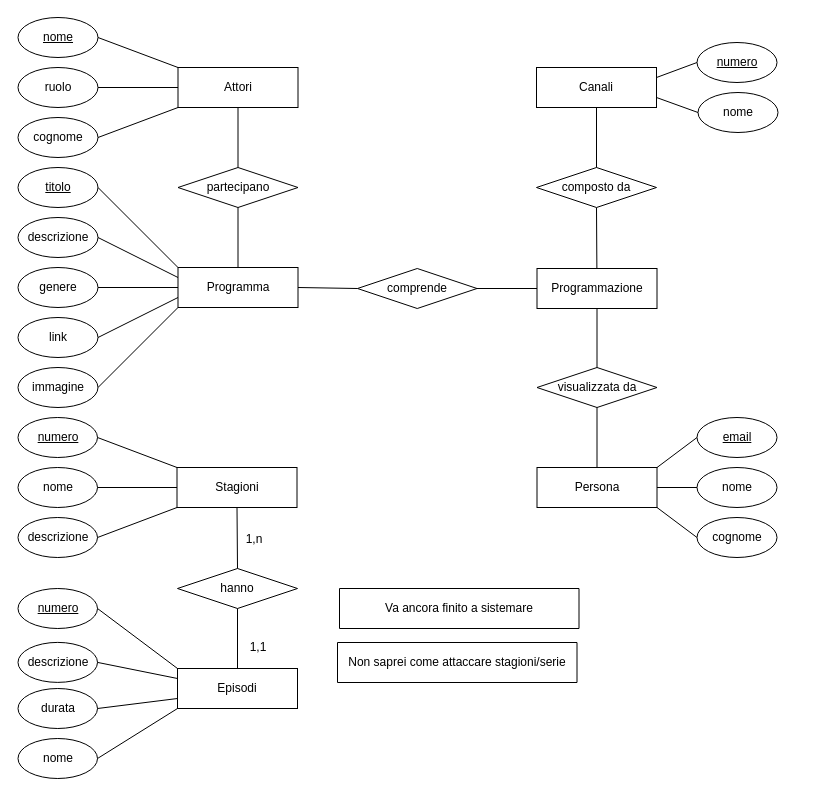
Above: Diagramma ER.drawio in Timat-Piderma/progetto-DB (draw.io), before the change. Source tidied: cells renumbered, new cells numbered last; positions are measured from the earlier drawing's top-left corner, leaving out a move shared by most shapes. Both pictures are drawn from the tidied source at 100%, with x=0, y=0 at pixel (17, 17).
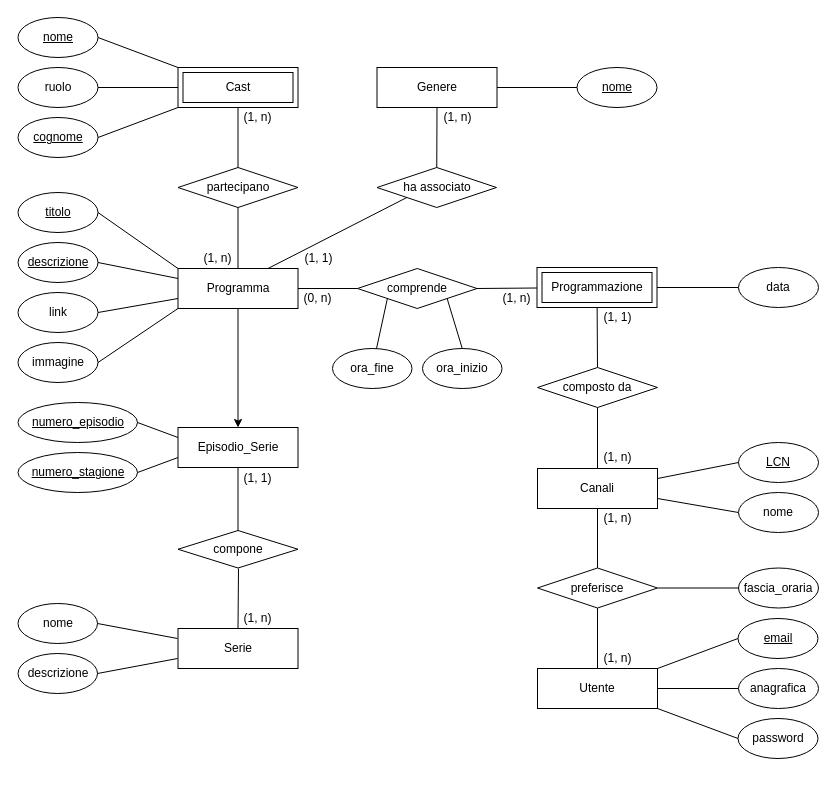
Above is the later version.

The change refers to these unchanged cells:
```xml
<mxCell id="6" value="comprende" style="shape=rhombus;perimeter=rhombusPerimeter;whiteSpace=wrap;html=1;align=center;" parent="1" vertex="1">
  <mxGeometry x="340" y="251" width="119.5" height="40" as="geometry" />
</mxCell>
```

Diff of the diagram source:
```diff
@@
-    <mxCell id="2" style="endArrow=none;html=1;rounded=0;entryX=0.5;entryY=1;entryDx=0;entryDy=0;" parent="1" edge="1" source="63" target="4">
+    <mxCell id="2" style="endArrow=none;html=1;rounded=0;entryX=0.5;entryY=0;entryDx=0;entryDy=0;" parent="1" edge="1" source="63" target="4">
       <mxGeometry relative="1" as="geometry" />
     </mxCell>
     <mxCell id="3" value="Canali" style="rounded=0;whiteSpace=wrap;html=1;" parent="1" vertex="1">
-      <mxGeometry x="519" y="50" width="120" height="40" as="geometry" />
+      <mxGeometry x="520" y="451" width="120" height="40" as="geometry" />
     </mxCell>
     <mxCell id="4" value="composto da" style="shape=rhombus;perimeter=rhombusPerimeter;whiteSpace=wrap;html=1;align=center;" parent="1" vertex="1">
-      <mxGeometry x="519" y="150" width="120" height="40" as="geometry" />
+      <mxGeometry x="520" y="350" width="120" height="40" as="geometry" />
     </mxCell>
+    <mxCell id="69" style="edgeStyle=orthogonalEdgeStyle;rounded=0;jettySize=auto;html=1;strokeColor=#FFFFFF;" parent="1" edge="1" source="5" target="71">
+      <mxGeometry relative="1" as="geometry" />
+    </mxCell>
+    <mxCell id="70" style="edgeStyle=orthogonalEdgeStyle;rounded=0;jettySize=auto;html=1;strokeColor=#000000;entryX=0.5;entryY=0;entryDx=0;entryDy=0;" parent="1" edge="1" source="5" target="71">
+      <mxGeometry relative="1" as="geometry" />
+    </mxCell>
     <mxCell id="5" value="Programma" style="rounded=0;whiteSpace=wrap;html=1;" parent="1" vertex="1">
-      <mxGeometry x="160.5" y="250" width="120" height="40" as="geometry" />
+      <mxGeometry x="160.5" y="251" width="120" height="40" as="geometry" />
     </mxCell>
@@
-    <mxCell id="7" value="Episodi" style="whiteSpace=wrap;html=1;align=center;" parent="1" vertex="1">
-      <mxGeometry x="160" y="651" width="120" height="40" as="geometry" />
-    </mxCell>
-    <mxCell id="8" value="hanno" style="shape=rhombus;perimeter=rhombusPerimeter;whiteSpace=wrap;html=1;align=center;" parent="1" vertex="1">
-      <mxGeometry x="160" y="551" width="120" height="40" as="geometry" />
-    </mxCell>
-    <mxCell id="9" style="endArrow=none;html=1;rounded=0;entryX=0.5;entryY=0;entryDx=0;entryDy=0;" parent="1" edge="1" source="8" target="7">
-      <mxGeometry relative="1" as="geometry" />
-    </mxCell>
-    <mxCell id="10" style="endArrow=none;html=1;rounded=0;entryX=0.5;entryY=0;entryDx=0;entryDy=0;exitX=0.5;exitY=1;exitDx=0;exitDy=0;" parent="1" edge="1" source="47" target="8">
-      <mxGeometry relative="1" as="geometry" />
-    </mxCell>
-    <mxCell id="11" value="Attori" style="whiteSpace=wrap;html=1;align=center;" parent="1" vertex="1">
+    <mxCell id="11" value="Cast" style="shape=ext;margin=3;double=1;whiteSpace=wrap;html=1;align=center;fontFamily=Helvetica;fontSize=12;fontColor=default;strokeColor=default;fillColor=default;" parent="1" vertex="1">
       <mxGeometry x="160.5" y="50" width="120" height="40" as="geometry" />
     </mxCell>
@@
-    <mxCell id="15" value="1,n" style="text;html=1;strokeColor=none;fillColor=none;align=center;verticalAlign=middle;whiteSpace=wrap;rounded=0;" parent="1" vertex="1">
-      <mxGeometry x="221.5" y="517" width="30" height="10" as="geometry" />
-    </mxCell>
-    <mxCell id="16" value="1,1" style="text;html=1;strokeColor=none;fillColor=none;align=center;verticalAlign=middle;whiteSpace=wrap;rounded=0;" parent="1" vertex="1">
-      <mxGeometry x="225.5" y="624.9" width="30" height="10" as="geometry" />
-    </mxCell>
@@
-    <mxCell id="18" value="Persona" style="whiteSpace=wrap;html=1;align=center;" parent="1" vertex="1">
-      <mxGeometry x="519.5" y="450" width="120" height="40" as="geometry" />
+    <mxCell id="18" value="Utente" style="whiteSpace=wrap;html=1;align=center;" parent="1" vertex="1">
+      <mxGeometry x="520" y="651" width="120" height="40" as="geometry" />
     </mxCell>
@@
-    <mxCell id="20" value="numero" style="ellipse;whiteSpace=wrap;html=1;align=center;fontStyle=4;" parent="1" vertex="1">
-      <mxGeometry x="679.5" y="25" width="80" height="40" as="geometry" />
+    <mxCell id="20" value="LCN" style="ellipse;whiteSpace=wrap;html=1;align=center;fontStyle=4;" parent="1" vertex="1">
+      <mxGeometry x="721" y="425" width="80" height="40" as="geometry" />
     </mxCell>
-    <mxCell id="21" value="numero" style="ellipse;whiteSpace=wrap;html=1;align=center;fontStyle=4;" parent="1" vertex="1">
-      <mxGeometry x="0.5" y="571" width="79.5" height="40" as="geometry" />
-    </mxCell>
-    <mxCell id="22" value="durata" style="ellipse;whiteSpace=wrap;html=1;align=center;" parent="1" vertex="1">
-      <mxGeometry x="0.5" y="671" width="79.5" height="40" as="geometry" />
+    <mxCell id="22" value="ora_inizio" style="ellipse;whiteSpace=wrap;html=1;align=center;" parent="1" vertex="1">
+      <mxGeometry x="405" y="331" width="79.5" height="40" as="geometry" />
     </mxCell>
     <mxCell id="23" value="descrizione" style="ellipse;whiteSpace=wrap;html=1;align=center;" parent="1" vertex="1">
-      <mxGeometry x="0.5" y="624.9" width="79.5" height="40" as="geometry" />
+      <mxGeometry x="0.5" y="636" width="79.5" height="40" as="geometry" />
     </mxCell>
-    <mxCell id="24" value="nome" style="ellipse;whiteSpace=wrap;html=1;align=center;" parent="1" vertex="1">
-      <mxGeometry x="0.5" y="721" width="79.5" height="40" as="geometry" />
-    </mxCell>
-    <mxCell id="25" value="descrizione" style="ellipse;whiteSpace=wrap;html=1;align=center;" parent="1" vertex="1">
-      <mxGeometry x="0.5" y="500" width="79.5" height="40" as="geometry" />
+    <mxCell id="25" value="nome" style="ellipse;whiteSpace=wrap;html=1;align=center;" parent="1" vertex="1">
+      <mxGeometry x="0.5" y="586" width="79.5" height="40" as="geometry" />
     </mxCell>
@@
-    <mxCell id="28" value="cognome" style="ellipse;whiteSpace=wrap;html=1;align=center;" parent="1" vertex="1">
+    <mxCell id="28" value="&lt;u&gt;cognome&lt;/u&gt;" style="ellipse;whiteSpace=wrap;html=1;align=center;" parent="1" vertex="1">
       <mxGeometry x="0.5" y="100" width="80" height="40" as="geometry" />
     </mxCell>
     <mxCell id="29" value="email" style="ellipse;whiteSpace=wrap;html=1;align=center;fontStyle=4;" parent="1" vertex="1">
-      <mxGeometry x="679.5" y="400" width="80" height="40" as="geometry" />
+      <mxGeometry x="720.5" y="601" width="80" height="40" as="geometry" />
     </mxCell>
-    <mxCell id="30" value="nome" style="ellipse;whiteSpace=wrap;html=1;align=center;" parent="1" vertex="1">
-      <mxGeometry x="679.5" y="450" width="80" height="40" as="geometry" />
+    <mxCell id="30" value="anagrafica" style="ellipse;whiteSpace=wrap;html=1;align=center;" parent="1" vertex="1">
+      <mxGeometry x="721" y="651" width="80" height="40" as="geometry" />
     </mxCell>
-    <mxCell id="31" value="cognome" style="ellipse;whiteSpace=wrap;html=1;align=center;" parent="1" vertex="1">
-      <mxGeometry x="679.5" y="500" width="80" height="40" as="geometry" />
+    <mxCell id="31" value="password" style="ellipse;whiteSpace=wrap;html=1;align=center;" parent="1" vertex="1">
+      <mxGeometry x="720.5" y="701" width="80" height="40" as="geometry" />
     </mxCell>
     <mxCell id="32" value="nome" style="ellipse;whiteSpace=wrap;html=1;align=center;" parent="1" vertex="1">
-      <mxGeometry x="680.5" y="75" width="80" height="40" as="geometry" />
+      <mxGeometry x="721" y="475" width="80" height="40" as="geometry" />
     </mxCell>
-    <mxCell id="33" value="descrizione" style="ellipse;whiteSpace=wrap;html=1;align=center;" parent="1" vertex="1">
-      <mxGeometry x="0.5" y="200" width="80" height="40" as="geometry" />
+    <mxCell id="33" value="&lt;u&gt;descrizione&lt;/u&gt;" style="ellipse;whiteSpace=wrap;html=1;align=center;" parent="1" vertex="1">
+      <mxGeometry x="0.5" y="225" width="80" height="40" as="geometry" />
     </mxCell>
-    <mxCell id="34" value="genere" style="ellipse;whiteSpace=wrap;html=1;align=center;" parent="1" vertex="1">
-      <mxGeometry x="0.5" y="250" width="80" height="40" as="geometry" />
-    </mxCell>
     <mxCell id="35" value="titolo" style="ellipse;whiteSpace=wrap;html=1;align=center;fontStyle=4;" parent="1" vertex="1">
-      <mxGeometry x="0.5" y="150" width="80" height="40" as="geometry" />
+      <mxGeometry x="0.5" y="175" width="80" height="40" as="geometry" />
     </mxCell>
-    <mxCell id="36" value="Non saprei come attaccare stagioni/serie" style="shape=note;size=0;whiteSpace=wrap;html=1;" parent="1" vertex="1">
-      <mxGeometry x="320" y="625" width="239.5" height="40" as="geometry" />
-    </mxCell>
     <mxCell id="37" value="link" style="ellipse;whiteSpace=wrap;html=1;fontFamily=Helvetica;fontSize=12;fontColor=default;align=center;strokeColor=default;fillColor=default;" parent="1" vertex="1">
-      <mxGeometry x="0.5" y="300" width="80" height="40" as="geometry" />
+      <mxGeometry x="0.5" y="275" width="80" height="40" as="geometry" />
     </mxCell>
     <mxCell id="38" value="immagine" style="ellipse;whiteSpace=wrap;html=1;align=center;" parent="1" vertex="1">
-      <mxGeometry x="0.5" y="350" width="80" height="40" as="geometry" />
+      <mxGeometry x="0.5" y="325" width="80" height="40" as="geometry" />
     </mxCell>
@@
-    <mxCell id="47" value="Stagioni" style="whiteSpace=wrap;html=1;align=center;" parent="1" vertex="1">
-      <mxGeometry x="159.5" y="450" width="120" height="40" as="geometry" />
+    <mxCell id="47" value="Serie" style="whiteSpace=wrap;html=1;align=center;" parent="1" vertex="1">
+      <mxGeometry x="160.5" y="611" width="120" height="40" as="geometry" />
     </mxCell>
-    <mxCell id="48" value="numero" style="ellipse;whiteSpace=wrap;html=1;align=center;fontStyle=4;" parent="1" vertex="1">
-      <mxGeometry x="0.5" y="400" width="79.5" height="40" as="geometry" />
+    <mxCell id="48" value="numero_episodio" style="ellipse;whiteSpace=wrap;html=1;align=center;fontStyle=4;" parent="1" vertex="1">
+      <mxGeometry x="0.5" y="385" width="119.5" height="40" as="geometry" />
     </mxCell>
-    <mxCell id="49" value="nome" style="ellipse;whiteSpace=wrap;html=1;align=center;" parent="1" vertex="1">
-      <mxGeometry x="0.5" y="450" width="79.5" height="40" as="geometry" />
+    <mxCell id="49" value="&lt;u&gt;numero_stagione&lt;/u&gt;" style="ellipse;whiteSpace=wrap;html=1;align=center;" parent="1" vertex="1">
+      <mxGeometry x="0.5" y="435" width="119.5" height="40" as="geometry" />
     </mxCell>
-    <mxCell id="50" style="endArrow=none;html=1;rounded=0;exitX=1;exitY=0.5;exitDx=0;exitDy=0;entryX=0;entryY=0;entryDx=0;entryDy=0;" parent="1" edge="1" source="48" target="47">
+    <mxCell id="50" style="endArrow=none;html=1;rounded=0;exitX=1;exitY=0.5;exitDx=0;exitDy=0;entryX=0;entryY=0.25;entryDx=0;entryDy=0;" parent="1" edge="1" source="48" target="71">
       <mxGeometry relative="1" as="geometry" />
     </mxCell>
-    <mxCell id="51" style="endArrow=none;html=1;rounded=0;exitX=1;exitY=0.5;exitDx=0;exitDy=0;entryX=0;entryY=0.5;entryDx=0;entryDy=0;" parent="1" edge="1" source="49" target="47">
+    <mxCell id="51" style="endArrow=none;html=1;rounded=0;exitX=1;exitY=0.5;exitDx=0;exitDy=0;entryX=0;entryY=0.75;entryDx=0;entryDy=0;" parent="1" edge="1" source="49" target="71">
       <mxGeometry relative="1" as="geometry" />
     </mxCell>
-    <mxCell id="52" style="endArrow=none;html=1;rounded=0;entryX=0;entryY=1;entryDx=0;entryDy=0;exitX=1;exitY=0.5;exitDx=0;exitDy=0;" parent="1" edge="1" source="25" target="47">
-      <mxGeometry relative="1" as="geometry" />
-    </mxCell>
-    <mxCell id="53" style="endArrow=none;html=1;rounded=0;entryX=0;entryY=0;entryDx=0;entryDy=0;exitX=1;exitY=0.5;exitDx=0;exitDy=0;" parent="1" edge="1" source="21" target="7">
-      <mxGeometry relative="1" as="geometry" />
-    </mxCell>
-    <mxCell id="54" style="endArrow=none;html=1;rounded=0;exitX=1;exitY=0.5;exitDx=0;exitDy=0;entryX=0;entryY=0.25;entryDx=0;entryDy=0;" parent="1" edge="1" source="23" target="7">
-      <mxGeometry relative="1" as="geometry" />
+    <mxCell id="54" style="endArrow=none;html=1;rounded=0;exitX=1;exitY=0.5;exitDx=0;exitDy=0;" parent="1" edge="1" source="23">
+      <mxGeometry relative="1" as="geometry">
+        <mxPoint x="160" y="641" as="targetPoint" />
+      </mxGeometry>
     </mxCell>
-    <mxCell id="55" style="endArrow=none;html=1;rounded=0;entryX=1;entryY=0.5;entryDx=0;entryDy=0;" parent="1" edge="1" target="22">
-      <mxGeometry relative="1" as="geometry">
-        <mxPoint x="160" y="681" as="sourcePoint" />
-      </mxGeometry>
+    <mxCell id="55" style="endArrow=none;html=1;rounded=0;entryX=0.5;entryY=0;entryDx=0;entryDy=0;exitX=1;exitY=1;exitDx=0;exitDy=0;" parent="1" edge="1" source="6" target="22">
+      <mxGeometry relative="1" as="geometry" />
     </mxCell>
-    <mxCell id="56" style="endArrow=none;html=1;rounded=0;exitX=0;exitY=1;exitDx=0;exitDy=0;entryX=1;entryY=0.5;entryDx=0;entryDy=0;" parent="1" edge="1" source="7" target="24">
-      <mxGeometry relative="1" as="geometry" />
-    </mxCell>
@@
-    <mxCell id="59" style="endArrow=none;html=1;rounded=0;entryX=1;entryY=0.5;entryDx=0;entryDy=0;exitX=0;exitY=0.5;exitDx=0;exitDy=0;" parent="1" edge="1" source="5" target="34">
-      <mxGeometry relative="1" as="geometry" />
-    </mxCell>
@@
-    <mxCell id="62" style="endArrow=none;html=1;rounded=0;entryX=0.5;entryY=0;entryDx=0;entryDy=0;exitX=0.5;exitY=1;exitDx=0;exitDy=0;" parent="1" edge="1" source="3" target="4">
+    <mxCell id="62" style="endArrow=none;html=1;rounded=0;exitX=0.5;exitY=0;exitDx=0;exitDy=0;entryX=0.5;entryY=1;entryDx=0;entryDy=0;" parent="1" edge="1" source="3" target="4">
       <mxGeometry relative="1" as="geometry" />
     </mxCell>
-    <mxCell id="63" value="Programmazione" style="rounded=0;whiteSpace=wrap;html=1;" parent="1" vertex="1">
-      <mxGeometry x="519.5" y="251" width="120" height="40" as="geometry" />
+    <mxCell id="63" value="Programmazione" style="shape=ext;margin=3;double=1;whiteSpace=wrap;html=1;align=center;fontFamily=Helvetica;fontSize=12;fontColor=default;strokeColor=default;fillColor=default;" parent="1" vertex="1">
+      <mxGeometry x="519.5" y="250" width="120" height="40" as="geometry" />
     </mxCell>
@@
-    <mxCell id="65" value="Va ancora finito a sistemare" style="shape=note;size=0;whiteSpace=wrap;html=1;" parent="1" vertex="1">
-      <mxGeometry x="322" y="571" width="239.5" height="40" as="geometry" />
-    </mxCell>
-    <mxCell id="66" value="visualizzata da" style="shape=rhombus;perimeter=rhombusPerimeter;whiteSpace=wrap;html=1;align=center;" parent="1" vertex="1">
-      <mxGeometry x="519.5" y="350" width="120" height="40" as="geometry" />
+    <mxCell id="66" value="preferisce" style="shape=rhombus;perimeter=rhombusPerimeter;whiteSpace=wrap;html=1;align=center;" parent="1" vertex="1">
+      <mxGeometry x="520" y="550.5" width="120" height="40" as="geometry" />
     </mxCell>
-    <mxCell id="67" style="endArrow=none;html=1;rounded=0;exitX=0.5;exitY=1;exitDx=0;exitDy=0;entryX=0.5;entryY=0;entryDx=0;entryDy=0;" parent="1" edge="1" source="63" target="66">
+    <mxCell id="67" style="endArrow=none;html=1;rounded=0;entryX=0.5;entryY=0;entryDx=0;entryDy=0;exitX=0.5;exitY=1;exitDx=0;exitDy=0;" parent="1" edge="1" source="3" target="66">
       <mxGeometry relative="1" as="geometry" />
     </mxCell>
@@
+    <mxCell id="71" value="Episodio_Serie" style="whiteSpace=wrap;html=1;align=center;" parent="1" vertex="1">
+      <mxGeometry x="160.5" y="410" width="120" height="40" as="geometry" />
+    </mxCell>
+    <mxCell id="72" value="compone" style="shape=rhombus;perimeter=rhombusPerimeter;whiteSpace=wrap;html=1;align=center;" parent="1" vertex="1">
+      <mxGeometry x="160.5" y="513" width="120" height="37.5" as="geometry" />
+    </mxCell>
+    <mxCell id="73" style="endArrow=none;html=1;rounded=0;entryX=0.5;entryY=1;entryDx=0;entryDy=0;" parent="1" edge="1" source="72" target="71">
+      <mxGeometry relative="1" as="geometry" />
+    </mxCell>
+    <mxCell id="74" style="endArrow=none;html=1;rounded=0;exitX=0.5;exitY=0;exitDx=0;exitDy=0;" parent="1" edge="1" source="47">
+      <mxGeometry relative="1" as="geometry">
+        <mxPoint x="221" y="551" as="targetPoint" />
+      </mxGeometry>
+    </mxCell>
+    <mxCell id="75" value="ora_fine" style="ellipse;whiteSpace=wrap;html=1;align=center;" parent="1" vertex="1">
+      <mxGeometry x="315" y="331" width="79.5" height="40" as="geometry" />
+    </mxCell>
+    <mxCell id="76" style="endArrow=none;html=1;rounded=0;exitX=0;exitY=1;exitDx=0;exitDy=0;" parent="1" edge="1" source="6" target="75">
+      <mxGeometry relative="1" as="geometry" />
+    </mxCell>
+    <mxCell id="77" style="endArrow=none;html=1;rounded=0;exitX=1;exitY=0.5;exitDx=0;exitDy=0;" parent="1" edge="1" source="25">
+      <mxGeometry relative="1" as="geometry">
+        <mxPoint x="160" y="621" as="targetPoint" />
+      </mxGeometry>
+    </mxCell>
+    <mxCell id="78" value="Genere" style="whiteSpace=wrap;html=1;align=center;" parent="1" vertex="1">
+      <mxGeometry x="359.5" y="50" width="120" height="40" as="geometry" />
+    </mxCell>
+    <mxCell id="79" style="endArrow=none;html=1;rounded=0;entryX=0;entryY=1;entryDx=0;entryDy=0;exitX=0.75;exitY=0;exitDx=0;exitDy=0;" parent="1" edge="1" source="5" target="80">
+      <mxGeometry relative="1" as="geometry" />
+    </mxCell>
+    <mxCell id="80" value="ha associato" style="shape=rhombus;perimeter=rhombusPerimeter;whiteSpace=wrap;html=1;align=center;" parent="1" vertex="1">
+      <mxGeometry x="359.5" y="150" width="119.5" height="40" as="geometry" />
+    </mxCell>
+    <mxCell id="81" style="endArrow=none;html=1;rounded=0;exitX=0.5;exitY=0;exitDx=0;exitDy=0;entryX=0.5;entryY=1;entryDx=0;entryDy=0;" parent="1" edge="1" source="80" target="78">
+      <mxGeometry relative="1" as="geometry" />
+    </mxCell>
+    <mxCell id="24" value="nome" style="ellipse;whiteSpace=wrap;html=1;align=center;fontStyle=4;" parent="1" vertex="1">
+      <mxGeometry x="559.5" y="50" width="80" height="40" as="geometry" />
+    </mxCell>
+    <mxCell id="82" style="endArrow=none;html=1;rounded=0;exitX=0;exitY=0.5;exitDx=0;exitDy=0;entryX=1;entryY=0.5;entryDx=0;entryDy=0;" parent="1" edge="1" source="24" target="78">
+      <mxGeometry relative="1" as="geometry" />
+    </mxCell>
+    <mxCell id="83" value="fascia_oraria" style="ellipse;whiteSpace=wrap;html=1;align=center;" parent="1" vertex="1">
+      <mxGeometry x="721" y="550.5" width="80" height="40" as="geometry" />
+    </mxCell>
+    <mxCell id="84" style="endArrow=none;html=1;rounded=0;entryX=0;entryY=0.5;entryDx=0;entryDy=0;exitX=1;exitY=0.5;exitDx=0;exitDy=0;" parent="1" edge="1" source="66" target="83">
+      <mxGeometry relative="1" as="geometry" />
+    </mxCell>
+    <mxCell id="85" value="data" style="ellipse;whiteSpace=wrap;html=1;align=center;" parent="1" vertex="1">
+      <mxGeometry x="721" y="250" width="80" height="40" as="geometry" />
+    </mxCell>
+    <mxCell id="86" style="endArrow=none;html=1;rounded=0;entryX=0;entryY=0.5;entryDx=0;entryDy=0;exitX=1;exitY=0.5;exitDx=0;exitDy=0;" parent="1" edge="1" source="63" target="85">
+      <mxGeometry relative="1" as="geometry" />
+    </mxCell>
+    <mxCell id="87" value="(1, 1)" style="text;html=1;align=center;verticalAlign=middle;strokeColor=none;fillColor=none;" parent="1" vertex="1">
+      <mxGeometry x="220" y="451" width="40" height="20" as="geometry" />
+    </mxCell>
+    <mxCell id="88" value="(1, n)" style="text;html=1;align=center;verticalAlign=middle;strokeColor=none;fillColor=none;" parent="1" vertex="1">
+      <mxGeometry x="220" y="591" width="40" height="20" as="geometry" />
+    </mxCell>
+    <mxCell id="89" value="(1, n)" style="text;html=1;align=center;verticalAlign=middle;strokeColor=none;fillColor=none;" parent="1" vertex="1">
+      <mxGeometry x="220" y="90" width="40" height="20" as="geometry" />
+    </mxCell>
+    <mxCell id="90" value="(1, n)" style="text;html=1;align=center;verticalAlign=middle;strokeColor=none;fillColor=none;" parent="1" vertex="1">
+      <mxGeometry x="180" y="231" width="40" height="20" as="geometry" />
+    </mxCell>
+    <mxCell id="91" value="(1, 1)" style="text;html=1;align=center;verticalAlign=middle;strokeColor=none;fillColor=none;" parent="1" vertex="1">
+      <mxGeometry x="280.5" y="231" width="40" height="20" as="geometry" />
+    </mxCell>
+    <mxCell id="92" value="(1, n)" style="text;html=1;align=center;verticalAlign=middle;strokeColor=none;fillColor=none;" parent="1" vertex="1">
+      <mxGeometry x="419.5" y="90" width="40" height="20" as="geometry" />
+    </mxCell>
+    <mxCell id="93" value="(0, n)" style="text;html=1;align=center;verticalAlign=middle;strokeColor=none;fillColor=none;" parent="1" vertex="1">
+      <mxGeometry x="280" y="271" width="40" height="20" as="geometry" />
+    </mxCell>
+    <mxCell id="94" value="(1, n)" style="text;html=1;align=center;verticalAlign=middle;strokeColor=none;fillColor=none;" parent="1" vertex="1">
+      <mxGeometry x="479" y="271" width="40" height="20" as="geometry" />
+    </mxCell>
+    <mxCell id="95" value="(1, 1)" style="text;html=1;align=center;verticalAlign=middle;strokeColor=none;fillColor=none;" parent="1" vertex="1">
+      <mxGeometry x="579.5" y="290" width="40" height="20" as="geometry" />
+    </mxCell>
+    <mxCell id="96" value="(1, n)" style="text;html=1;align=center;verticalAlign=middle;strokeColor=none;fillColor=none;" parent="1" vertex="1">
+      <mxGeometry x="579.5" y="430" width="40" height="20" as="geometry" />
+    </mxCell>
+    <mxCell id="97" value="(1, n)" style="text;html=1;align=center;verticalAlign=middle;strokeColor=none;fillColor=none;" parent="1" vertex="1">
+      <mxGeometry x="580" y="491" width="40" height="20" as="geometry" />
+    </mxCell>
+    <mxCell id="98" value="(1, n)" style="text;html=1;align=center;verticalAlign=middle;strokeColor=none;fillColor=none;" parent="1" vertex="1">
+      <mxGeometry x="580" y="631" width="40" height="20" as="geometry" />
+    </mxCell>
```
